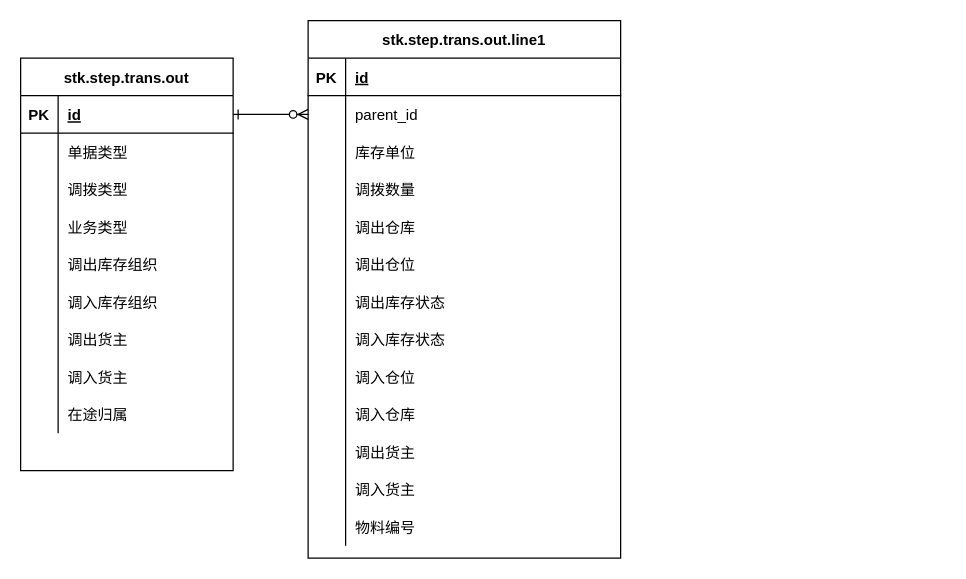
Before: er.step.trans.drawio in inspurhua/diagrams.net, a draw.io diagram. Source tidied: cells renumbered, new cells numbered last; positions are measured from the earlier drawing's top-left corner, leaving out a move shared by most shapes. Both pictures are drawn from the tidied source at 125%, with x=0, y=0 at pixel (20, 20).
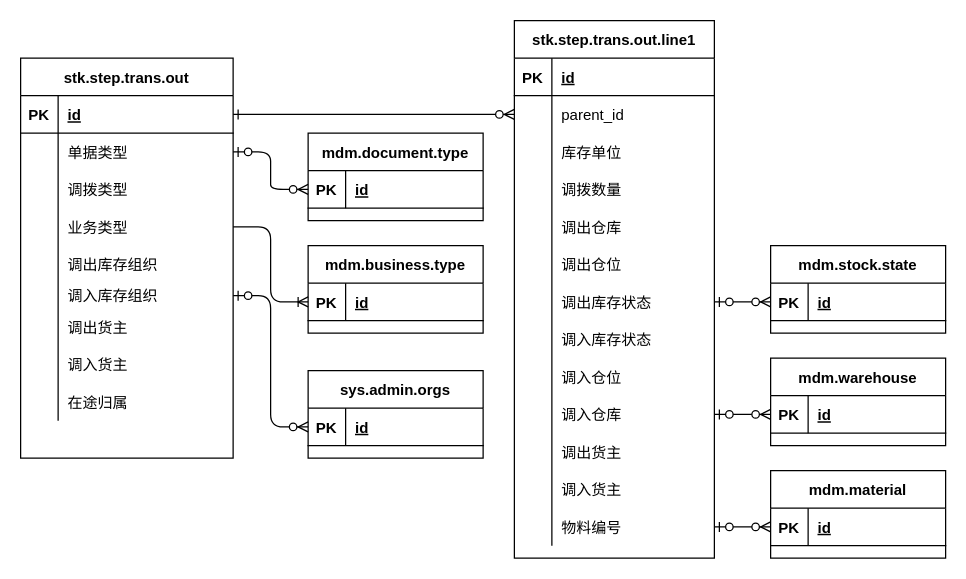
The same page after the edit.

Unchanged cells that the change refers to:
```xml
<mxCell id="47" style="shape=partialRectangle;fillColor=none;points=[[0,0.5],[1,0.5]];portConstraint=eastwest;top=0;left=0;right=0;bottom=0;" parent="43" vertex="1">
  <mxGeometry y="60" width="170" height="30" as="geometry" />
</mxCell>
<mxCell id="53" style="shape=partialRectangle;fillColor=none;points=[[0,0.5],[1,0.5]];portConstraint=eastwest;top=0;left=0;right=0;bottom=0;" parent="43" vertex="1">
  <mxGeometry y="120" width="170" height="30" as="geometry" />
</mxCell>
```

Diff of the diagram source:
```diff
@@
     <mxCell id="3" value="stk.step.trans.out.line1" style="shape=table;startSize=30;childLayout=tableLayout;rowLines=0;fontStyle=1;align=center;" parent="1" vertex="1">
-      <mxGeometry x="230" width="250" height="430" as="geometry" />
+      <mxGeometry x="395" width="160" height="430" as="geometry" />
     </mxCell>
     <mxCell id="4" style="shape=partialRectangle;fillColor=none;top=0;left=0;right=0;bottom=1;" parent="3" vertex="1">
-      <mxGeometry y="30" width="250" height="30" as="geometry" />
+      <mxGeometry y="30" width="160" height="30" as="geometry" />
     </mxCell>
@@
     <mxCell id="6" value="id" style="shape=partialRectangle;overflow=hidden;fillColor=none;top=0;left=0;bottom=0;right=0;align=left;spacingLeft=6;fontStyle=5;" parent="4" vertex="1">
-      <mxGeometry x="30" width="220" height="30" as="geometry" />
+      <mxGeometry x="30" width="130" height="30" as="geometry" />
     </mxCell>
     <mxCell id="7" style="shape=partialRectangle;fillColor=none;points=[[0,0.5],[1,0.5]];portConstraint=eastwest;top=0;left=0;right=0;bottom=0;" parent="3" vertex="1">
-      <mxGeometry y="60" width="250" height="30" as="geometry" />
+      <mxGeometry y="60" width="160" height="30" as="geometry" />
     </mxCell>
@@
     <mxCell id="9" value="parent_id" style="shape=partialRectangle;overflow=hidden;fillColor=none;top=0;left=0;bottom=0;right=0;align=left;spacingLeft=6;" parent="7" vertex="1">
-      <mxGeometry x="30" width="220" height="30" as="geometry" />
+      <mxGeometry x="30" width="130" height="30" as="geometry" />
     </mxCell>
     <mxCell id="10" style="shape=partialRectangle;fillColor=none;top=0;left=0;right=0;bottom=0;" parent="3" vertex="1">
-      <mxGeometry y="90" width="250" height="30" as="geometry" />
+      <mxGeometry y="90" width="160" height="30" as="geometry" />
     </mxCell>
@@
     <mxCell id="12" value="库存单位" style="shape=partialRectangle;overflow=hidden;fillColor=none;top=0;left=0;bottom=0;right=0;align=left;spacingLeft=6;" parent="10" vertex="1">
-      <mxGeometry x="30" width="220" height="30" as="geometry" />
+      <mxGeometry x="30" width="130" height="30" as="geometry" />
     </mxCell>
     <mxCell id="13" style="shape=partialRectangle;fillColor=none;top=0;left=0;right=0;bottom=0;" parent="3" vertex="1">
-      <mxGeometry y="120" width="250" height="30" as="geometry" />
+      <mxGeometry y="120" width="160" height="30" as="geometry" />
     </mxCell>
@@
     <mxCell id="15" value="调拨数量" style="shape=partialRectangle;overflow=hidden;fillColor=none;top=0;left=0;bottom=0;right=0;align=left;spacingLeft=6;" parent="13" vertex="1">
-      <mxGeometry x="30" width="220" height="30" as="geometry" />
+      <mxGeometry x="30" width="130" height="30" as="geometry" />
     </mxCell>
     <mxCell id="16" style="shape=partialRectangle;fillColor=none;top=0;left=0;right=0;bottom=0;" parent="3" vertex="1">
-      <mxGeometry y="150" width="250" height="30" as="geometry" />
+      <mxGeometry y="150" width="160" height="30" as="geometry" />
     </mxCell>
@@
     <mxCell id="18" value="调出仓库" style="shape=partialRectangle;overflow=hidden;fillColor=none;top=0;left=0;bottom=0;right=0;align=left;spacingLeft=6;" parent="16" vertex="1">
-      <mxGeometry x="30" width="220" height="30" as="geometry" />
+      <mxGeometry x="30" width="130" height="30" as="geometry" />
     </mxCell>
     <mxCell id="19" style="shape=partialRectangle;fillColor=none;top=0;left=0;right=0;bottom=0;" parent="3" vertex="1">
-      <mxGeometry y="180" width="250" height="30" as="geometry" />
+      <mxGeometry y="180" width="160" height="30" as="geometry" />
     </mxCell>
@@
     <mxCell id="21" value="调出仓位" style="shape=partialRectangle;overflow=hidden;fillColor=none;top=0;left=0;bottom=0;right=0;align=left;spacingLeft=6;" parent="19" vertex="1">
-      <mxGeometry x="30" width="220" height="30" as="geometry" />
+      <mxGeometry x="30" width="130" height="30" as="geometry" />
     </mxCell>
     <mxCell id="22" style="shape=partialRectangle;fillColor=none;points=[[0,0.5],[1,0.5]];portConstraint=eastwest;top=0;left=0;right=0;bottom=0;" parent="3" vertex="1">
-      <mxGeometry y="210" width="250" height="30" as="geometry" />
+      <mxGeometry y="210" width="160" height="30" as="geometry" />
     </mxCell>
@@
     <mxCell id="24" value="调出库存状态" style="shape=partialRectangle;overflow=hidden;fillColor=none;top=0;left=0;bottom=0;right=0;align=left;spacingLeft=6;" parent="22" vertex="1">
-      <mxGeometry x="30" width="220" height="30" as="geometry" />
+      <mxGeometry x="30" width="130" height="30" as="geometry" />
     </mxCell>
     <mxCell id="25" style="shape=partialRectangle;fillColor=none;top=0;left=0;right=0;bottom=0;" parent="3" vertex="1">
-      <mxGeometry y="240" width="250" height="30" as="geometry" />
+      <mxGeometry y="240" width="160" height="30" as="geometry" />
     </mxCell>
@@
     <mxCell id="27" value="调入库存状态" style="shape=partialRectangle;overflow=hidden;fillColor=none;top=0;left=0;bottom=0;right=0;align=left;spacingLeft=6;" parent="25" vertex="1">
-      <mxGeometry x="30" width="220" height="30" as="geometry" />
+      <mxGeometry x="30" width="130" height="30" as="geometry" />
     </mxCell>
     <mxCell id="28" style="shape=partialRectangle;fillColor=none;top=0;left=0;right=0;bottom=0;" parent="3" vertex="1">
-      <mxGeometry y="270" width="250" height="30" as="geometry" />
+      <mxGeometry y="270" width="160" height="30" as="geometry" />
     </mxCell>
@@
     <mxCell id="30" value="调入仓位" style="shape=partialRectangle;overflow=hidden;fillColor=none;top=0;left=0;bottom=0;right=0;align=left;spacingLeft=6;" parent="28" vertex="1">
-      <mxGeometry x="30" width="220" height="30" as="geometry" />
+      <mxGeometry x="30" width="130" height="30" as="geometry" />
     </mxCell>
     <mxCell id="31" style="shape=partialRectangle;fillColor=none;points=[[0,0.5],[1,0.5]];portConstraint=eastwest;top=0;left=0;right=0;bottom=0;" parent="3" vertex="1">
-      <mxGeometry y="300" width="250" height="30" as="geometry" />
+      <mxGeometry y="300" width="160" height="30" as="geometry" />
     </mxCell>
@@
     <mxCell id="33" value="调入仓库" style="shape=partialRectangle;overflow=hidden;fillColor=none;top=0;left=0;bottom=0;right=0;align=left;spacingLeft=6;" parent="31" vertex="1">
-      <mxGeometry x="30" width="220" height="30" as="geometry" />
+      <mxGeometry x="30" width="130" height="30" as="geometry" />
     </mxCell>
     <mxCell id="34" style="shape=partialRectangle;fillColor=none;top=0;left=0;right=0;bottom=0;" parent="3" vertex="1">
-      <mxGeometry y="330" width="250" height="30" as="geometry" />
+      <mxGeometry y="330" width="160" height="30" as="geometry" />
     </mxCell>
@@
     <mxCell id="36" value="调出货主" style="shape=partialRectangle;overflow=hidden;fillColor=none;top=0;left=0;bottom=0;right=0;align=left;spacingLeft=6;" parent="34" vertex="1">
-      <mxGeometry x="30" width="220" height="30" as="geometry" />
+      <mxGeometry x="30" width="130" height="30" as="geometry" />
     </mxCell>
     <mxCell id="37" style="shape=partialRectangle;fillColor=none;top=0;left=0;right=0;bottom=0;" parent="3" vertex="1">
-      <mxGeometry y="360" width="250" height="30" as="geometry" />
+      <mxGeometry y="360" width="160" height="30" as="geometry" />
     </mxCell>
@@
     <mxCell id="39" value="调入货主" style="shape=partialRectangle;overflow=hidden;fillColor=none;top=0;left=0;bottom=0;right=0;align=left;spacingLeft=6;" parent="37" vertex="1">
-      <mxGeometry x="30" width="220" height="30" as="geometry" />
+      <mxGeometry x="30" width="130" height="30" as="geometry" />
     </mxCell>
     <mxCell id="40" style="shape=partialRectangle;fillColor=none;points=[[0,0.5],[1,0.5]];portConstraint=eastwest;top=0;left=0;right=0;bottom=0;" parent="3" vertex="1">
-      <mxGeometry y="390" width="250" height="30" as="geometry" />
+      <mxGeometry y="390" width="160" height="30" as="geometry" />
     </mxCell>
@@
     <mxCell id="42" value="物料编号" style="shape=partialRectangle;overflow=hidden;fillColor=none;top=0;left=0;bottom=0;right=0;align=left;spacingLeft=6;" parent="40" vertex="1">
-      <mxGeometry x="30" width="220" height="30" as="geometry" />
+      <mxGeometry x="30" width="130" height="30" as="geometry" />
     </mxCell>
     <mxCell id="43" value="stk.step.trans.out" style="shape=table;startSize=30;childLayout=tableLayout;rowLines=0;fontStyle=1;align=center;" parent="1" vertex="1">
-      <mxGeometry y="30" width="170" height="330" as="geometry" />
+      <mxGeometry y="30" width="170" height="320" as="geometry" />
     </mxCell>
@@
     <mxCell id="59" style="shape=partialRectangle;fillColor=none;points=[[0,0.5],[1,0.5]];portConstraint=eastwest;top=0;left=0;right=0;bottom=0;" parent="43" vertex="1">
-      <mxGeometry y="180" width="170" height="30" as="geometry" />
+      <mxGeometry y="180" width="170" height="20" as="geometry" />
     </mxCell>
     <mxCell id="60" style="shape=partialRectangle;overflow=hidden;fillColor=none;top=0;left=0;bottom=0;right=0;" parent="59" vertex="1">
-      <mxGeometry width="30" height="30" as="geometry" />
+      <mxGeometry width="30" height="20" as="geometry" />
     </mxCell>
     <mxCell id="61" value="调入库存组织" style="shape=partialRectangle;overflow=hidden;fillColor=none;top=0;left=0;bottom=0;right=0;align=left;spacingLeft=6;" parent="59" vertex="1">
-      <mxGeometry x="30" width="140" height="30" as="geometry" />
+      <mxGeometry x="30" width="140" height="20" as="geometry" />
     </mxCell>
     <mxCell id="62" style="shape=partialRectangle;fillColor=none;top=0;left=0;right=0;bottom=0;" parent="43" vertex="1">
-      <mxGeometry y="210" width="170" height="30" as="geometry" />
+      <mxGeometry y="200" width="170" height="30" as="geometry" />
     </mxCell>
@@
     <mxCell id="65" style="shape=partialRectangle;fillColor=none;top=0;left=0;right=0;bottom=0;" parent="43" vertex="1">
-      <mxGeometry y="240" width="170" height="30" as="geometry" />
+      <mxGeometry y="230" width="170" height="30" as="geometry" />
     </mxCell>
@@
     <mxCell id="68" style="shape=partialRectangle;fillColor=none;top=0;left=0;right=0;bottom=0;" parent="43" vertex="1">
-      <mxGeometry y="270" width="170" height="30" as="geometry" />
+      <mxGeometry y="260" width="170" height="30" as="geometry" />
     </mxCell>
@@
+    <mxCell id="71" value="mdm.business.type" style="shape=table;startSize=30;childLayout=tableLayout;rowLines=0;fontStyle=1;align=center;" parent="1" vertex="1">
+      <mxGeometry x="230" y="180" width="140" height="70" as="geometry" />
+    </mxCell>
+    <mxCell id="72" style="shape=partialRectangle;fillColor=none;top=0;left=0;bottom=1;right=0;points=[[0,0.5],[1,0.5]];portConstraint=eastwest;" parent="71" vertex="1">
+      <mxGeometry y="30" width="140" height="30" as="geometry" />
+    </mxCell>
+    <mxCell id="73" value="PK" style="shape=partialRectangle;fillColor=none;top=0;left=0;bottom=0;right=0;fontStyle=1;overflow=hidden;" parent="72" vertex="1">
+      <mxGeometry width="30" height="30" as="geometry" />
+    </mxCell>
+    <mxCell id="74" value="id" style="shape=partialRectangle;fillColor=none;top=0;left=0;bottom=0;right=0;align=left;spacingLeft=6;fontStyle=5;overflow=hidden;" parent="72" vertex="1">
+      <mxGeometry x="30" width="110" height="30" as="geometry" />
+    </mxCell>
+    <mxCell id="75" style="edgeStyle=entityRelationEdgeStyle;fontSize=12;html=1;endArrow=ERoneToMany;exitX=1;exitY=0.5;exitDx=0;exitDy=0;" parent="1" edge="1" source="53" target="72">
+      <mxGeometry relative="1" as="geometry" />
+    </mxCell>
+    <mxCell id="76" value="mdm.document.type" style="shape=table;startSize=30;childLayout=tableLayout;rowLines=0;fontStyle=1;align=center;" parent="1" vertex="1">
+      <mxGeometry x="230" y="90" width="140" height="70" as="geometry" />
+    </mxCell>
+    <mxCell id="77" style="shape=partialRectangle;fillColor=none;top=0;left=0;bottom=1;right=0;points=[[0,0.5],[1,0.5]];portConstraint=eastwest;" parent="76" vertex="1">
+      <mxGeometry y="30" width="140" height="30" as="geometry" />
+    </mxCell>
+    <mxCell id="78" value="PK" style="shape=partialRectangle;fillColor=none;top=0;left=0;bottom=0;right=0;fontStyle=1;overflow=hidden;" parent="77" vertex="1">
+      <mxGeometry width="30" height="30" as="geometry" />
+    </mxCell>
+    <mxCell id="79" value="id" style="shape=partialRectangle;fillColor=none;top=0;left=0;bottom=0;right=0;align=left;spacingLeft=6;fontStyle=5;overflow=hidden;" parent="77" vertex="1">
+      <mxGeometry x="30" width="110" height="30" as="geometry" />
+    </mxCell>
+    <mxCell id="80" style="edgeStyle=entityRelationEdgeStyle;fontSize=12;html=1;endArrow=ERzeroToMany;startArrow=ERzeroToOne;exitX=1;exitY=0.5;exitDx=0;exitDy=0;entryX=0;entryY=0.5;entryDx=0;entryDy=0;" parent="1" edge="1" source="47" target="77">
+      <mxGeometry relative="1" as="geometry" />
+    </mxCell>
+    <mxCell id="81" value="sys.admin.orgs" style="shape=table;startSize=30;childLayout=tableLayout;rowLines=0;fontStyle=1;align=center;" parent="1" vertex="1">
+      <mxGeometry x="230" y="280" width="140" height="70" as="geometry" />
+    </mxCell>
+    <mxCell id="82" style="shape=partialRectangle;fillColor=none;top=0;left=0;bottom=1;right=0;points=[[0,0.5],[1,0.5]];portConstraint=eastwest;" parent="81" vertex="1">
+      <mxGeometry y="30" width="140" height="30" as="geometry" />
+    </mxCell>
+    <mxCell id="83" value="PK" style="shape=partialRectangle;fillColor=none;top=0;left=0;bottom=0;right=0;fontStyle=1;overflow=hidden;" parent="82" vertex="1">
+      <mxGeometry width="30" height="30" as="geometry" />
+    </mxCell>
+    <mxCell id="84" value="id" style="shape=partialRectangle;fillColor=none;top=0;left=0;bottom=0;right=0;align=left;spacingLeft=6;fontStyle=5;overflow=hidden;" parent="82" vertex="1">
+      <mxGeometry x="30" width="110" height="30" as="geometry" />
+    </mxCell>
+    <mxCell id="85" style="edgeStyle=entityRelationEdgeStyle;fontSize=12;html=1;endArrow=ERzeroToMany;startArrow=ERzeroToOne;exitX=1;exitY=0.5;exitDx=0;exitDy=0;entryX=0;entryY=0.5;entryDx=0;entryDy=0;" parent="1" edge="1" source="59" target="82">
+      <mxGeometry relative="1" as="geometry" />
+    </mxCell>
+    <mxCell id="86" value="mdm.material" style="shape=table;startSize=30;childLayout=tableLayout;rowLines=0;fontStyle=1;align=center;" parent="1" vertex="1">
+      <mxGeometry x="600" y="360" width="140" height="70" as="geometry" />
+    </mxCell>
+    <mxCell id="87" style="shape=partialRectangle;fillColor=none;top=0;left=0;bottom=1;right=0;points=[[0,0.5],[1,0.5]];portConstraint=eastwest;" parent="86" vertex="1">
+      <mxGeometry y="30" width="140" height="30" as="geometry" />
+    </mxCell>
+    <mxCell id="88" value="PK" style="shape=partialRectangle;fillColor=none;top=0;left=0;bottom=0;right=0;fontStyle=1;overflow=hidden;" parent="87" vertex="1">
+      <mxGeometry width="30" height="30" as="geometry" />
+    </mxCell>
+    <mxCell id="89" value="id" style="shape=partialRectangle;fillColor=none;top=0;left=0;bottom=0;right=0;align=left;spacingLeft=6;fontStyle=5;overflow=hidden;" parent="87" vertex="1">
+      <mxGeometry x="30" width="110" height="30" as="geometry" />
+    </mxCell>
+    <mxCell id="90" style="edgeStyle=entityRelationEdgeStyle;fontSize=12;html=1;endArrow=ERzeroToMany;startArrow=ERzeroToOne;entryX=0;entryY=0.5;entryDx=0;entryDy=0;exitX=1;exitY=0.5;exitDx=0;exitDy=0;" parent="1" edge="1" source="40" target="87">
+      <mxGeometry relative="1" as="geometry" />
+    </mxCell>
+    <mxCell id="91" value="mdm.warehouse" style="shape=table;startSize=30;childLayout=tableLayout;rowLines=0;fontStyle=1;align=center;" parent="1" vertex="1">
+      <mxGeometry x="600" y="270" width="140" height="70" as="geometry" />
+    </mxCell>
+    <mxCell id="92" style="shape=partialRectangle;fillColor=none;top=0;left=0;bottom=1;right=0;points=[[0,0.5],[1,0.5]];portConstraint=eastwest;" parent="91" vertex="1">
+      <mxGeometry y="30" width="140" height="30" as="geometry" />
+    </mxCell>
+    <mxCell id="93" value="PK" style="shape=partialRectangle;fillColor=none;top=0;left=0;bottom=0;right=0;fontStyle=1;overflow=hidden;" parent="92" vertex="1">
+      <mxGeometry width="30" height="30" as="geometry" />
+    </mxCell>
+    <mxCell id="94" value="id" style="shape=partialRectangle;fillColor=none;top=0;left=0;bottom=0;right=0;align=left;spacingLeft=6;fontStyle=5;overflow=hidden;" parent="92" vertex="1">
+      <mxGeometry x="30" width="110" height="30" as="geometry" />
+    </mxCell>
+    <mxCell id="95" style="edgeStyle=entityRelationEdgeStyle;fontSize=12;html=1;endArrow=ERzeroToMany;startArrow=ERzeroToOne;entryX=0;entryY=0.5;entryDx=0;entryDy=0;exitX=1;exitY=0.5;exitDx=0;exitDy=0;" parent="1" edge="1" source="31" target="92">
+      <mxGeometry relative="1" as="geometry" />
+    </mxCell>
+    <mxCell id="96" value="mdm.stock.state" style="shape=table;startSize=30;childLayout=tableLayout;rowLines=0;fontStyle=1;align=center;" parent="1" vertex="1">
+      <mxGeometry x="600" y="180" width="140" height="70" as="geometry" />
+    </mxCell>
+    <mxCell id="97" style="shape=partialRectangle;fillColor=none;top=0;left=0;bottom=1;right=0;points=[[0,0.5],[1,0.5]];portConstraint=eastwest;" parent="96" vertex="1">
+      <mxGeometry y="30" width="140" height="30" as="geometry" />
+    </mxCell>
+    <mxCell id="98" value="PK" style="shape=partialRectangle;fillColor=none;top=0;left=0;bottom=0;right=0;fontStyle=1;overflow=hidden;" parent="97" vertex="1">
+      <mxGeometry width="30" height="30" as="geometry" />
+    </mxCell>
+    <mxCell id="99" value="id" style="shape=partialRectangle;fillColor=none;top=0;left=0;bottom=0;right=0;align=left;spacingLeft=6;fontStyle=5;overflow=hidden;" parent="97" vertex="1">
+      <mxGeometry x="30" width="110" height="30" as="geometry" />
+    </mxCell>
+    <mxCell id="100" style="edgeStyle=entityRelationEdgeStyle;fontSize=12;html=1;endArrow=ERzeroToMany;startArrow=ERzeroToOne;entryX=0;entryY=0.5;entryDx=0;entryDy=0;exitX=1;exitY=0.5;exitDx=0;exitDy=0;" parent="1" edge="1" source="22" target="97">
+      <mxGeometry relative="1" as="geometry" />
+    </mxCell>
```
